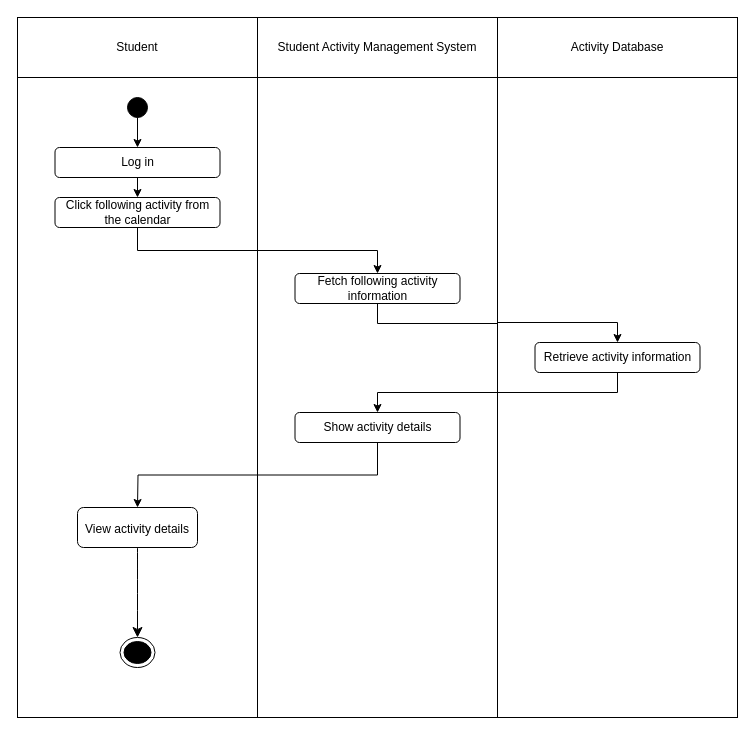
Earlier version of the draw.io diagram activity diagram/UC018 act_diagram.drawio (wei2030/year2_project). Source tidied: cells renumbered, new cells numbered last; positions are measured from the earlier drawing's top-left corner, leaving out a move shared by most shapes. Both pictures are drawn from the tidied source at 100%, with x=0, y=0 at pixel (17, 17).
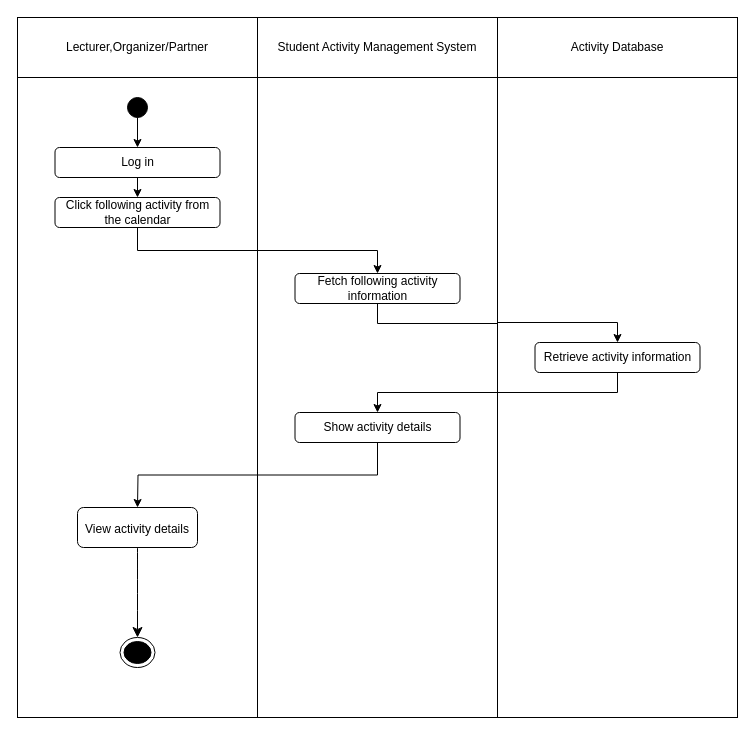
After the change.

Diff of the diagram source:
```diff
@@
-    <mxCell id="2" value="Student" style="html=1;whiteSpace=wrap;" parent="1" vertex="1">
+    <mxCell id="2" value="Lecturer,Organizer/Partner" style="html=1;whiteSpace=wrap;" parent="1" vertex="1">
       <mxGeometry width="240" height="60" as="geometry" />
     </mxCell>
```
